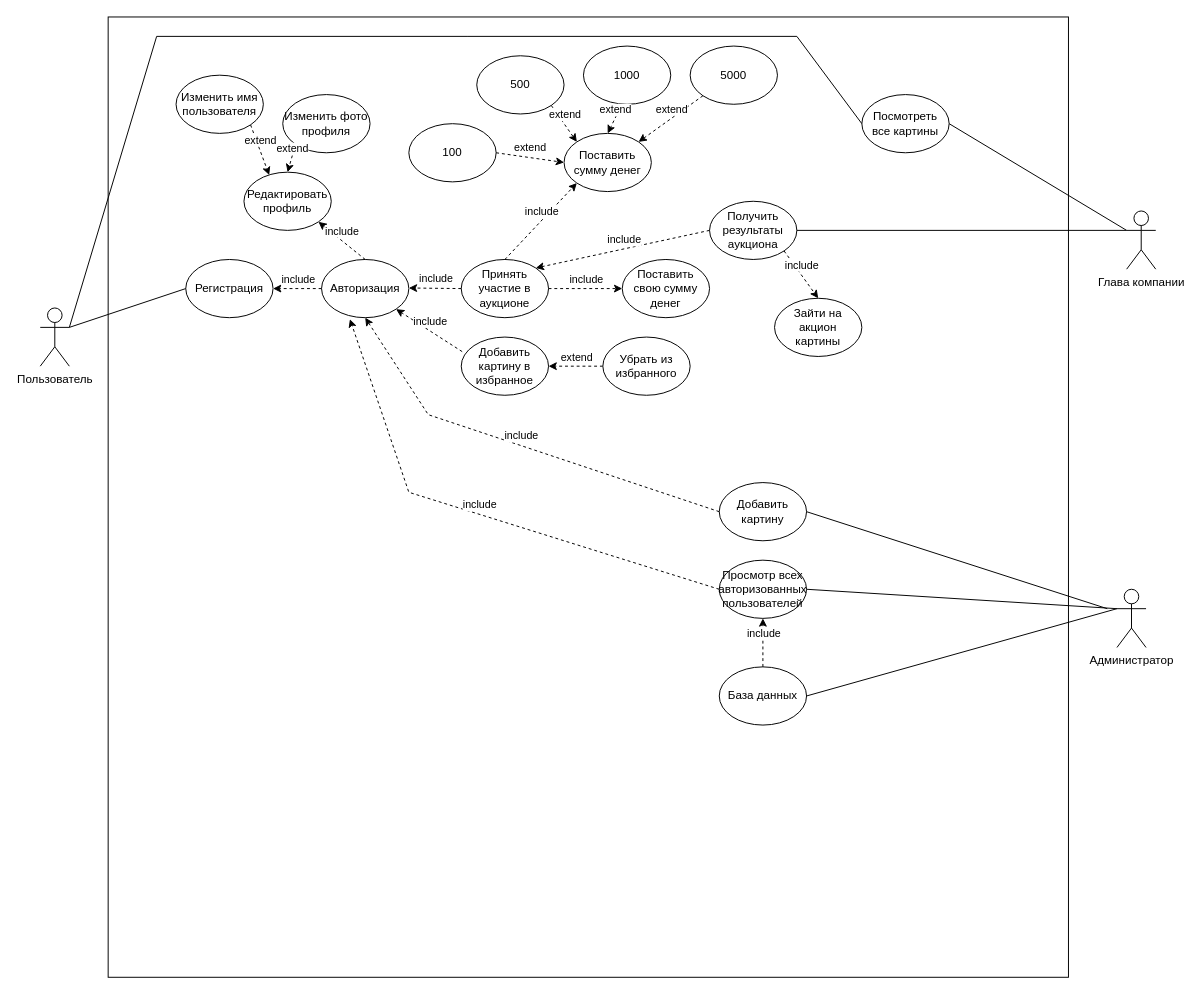
Before: UML/Диаграмма_использования_Картина.drawio in L0nelys016/auction-Kartina, a draw.io diagram. Source tidied: cells renumbered, new cells numbered last; positions are measured from the earlier drawing's top-left corner, leaving out a move shared by most shapes. Both pictures are drawn from the tidied source at 97%, with x=0, y=0 at pixel (40, 16).
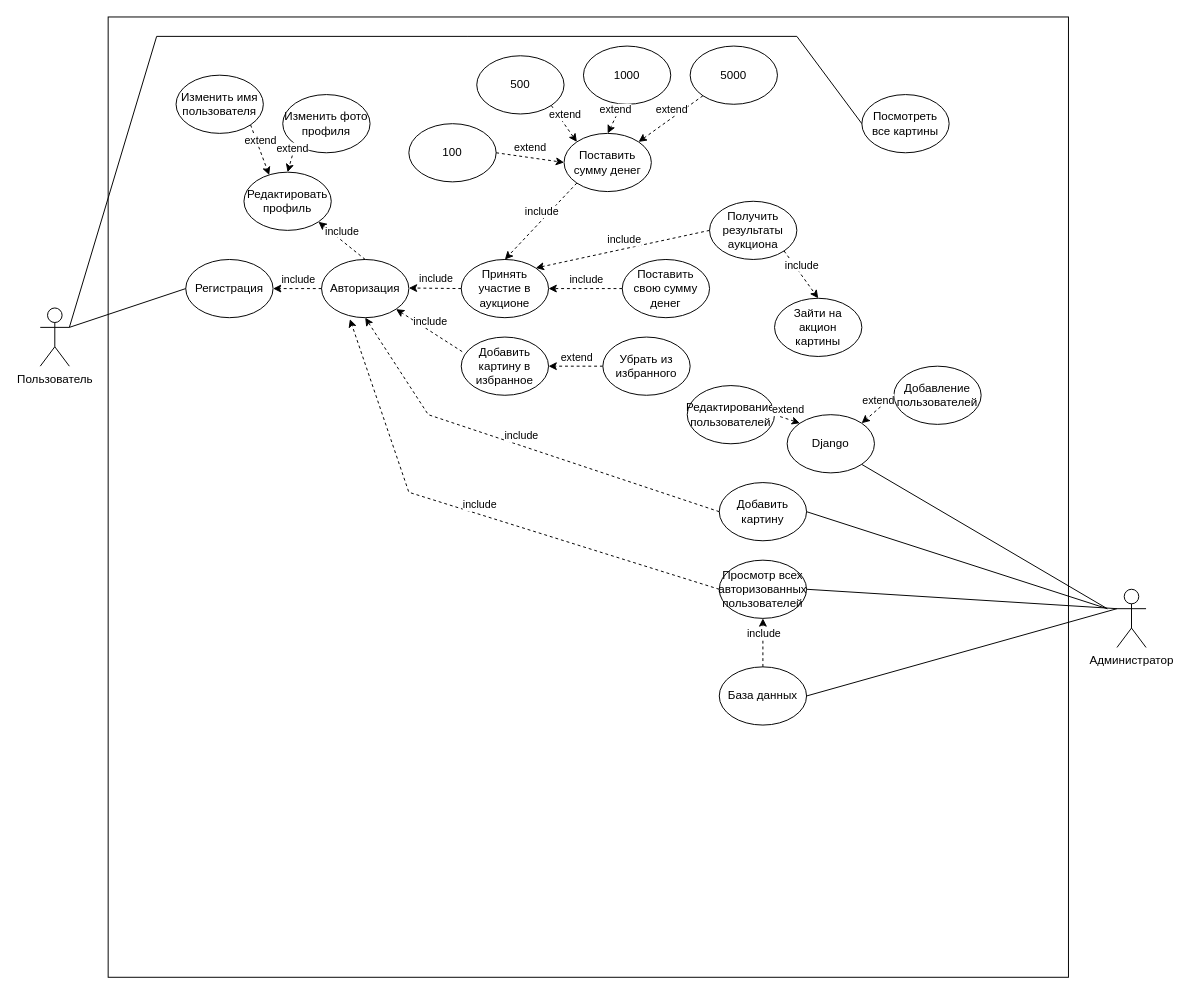
The same page after the edit.

Commit message (it also covers changes not shown here):
UML: Create diagrams sequences, communications

The change refers to these unchanged cells:
```xml
<mxCell id="11" value="Принять участие в аукционе" style="ellipse;whiteSpace=wrap;html=1;" parent="1" vertex="1">
  <mxGeometry x="434" y="250" width="90" height="60" as="geometry" />
</mxCell>
<mxCell id="16" value="Поставить сумму денег" style="ellipse;whiteSpace=wrap;html=1;" parent="1" vertex="1">
  <mxGeometry x="540" y="120" width="90" height="60" as="geometry" />
</mxCell>
<mxCell id="29" value="Поставить свою сумму денег" style="ellipse;whiteSpace=wrap;html=1;" parent="1" vertex="1">
  <mxGeometry x="600" y="250" width="90" height="60" as="geometry" />
</mxCell>
<mxCell id="50" value="Посмотреть все картины" style="ellipse;whiteSpace=wrap;html=1;" parent="1" vertex="1">
  <mxGeometry x="847" y="80" width="90" height="60" as="geometry" />
</mxCell>
<mxCell id="61" value="Получить результаты аукциона" style="ellipse;whiteSpace=wrap;html=1;" parent="1" vertex="1">
  <mxGeometry x="690" y="190" width="90" height="60" as="geometry" />
</mxCell>
```

Change to the diagram source:
```diff
@@
-    <mxCell id="6" value="Глава компании" style="shape=umlActor;verticalLabelPosition=bottom;verticalAlign=top;html=1;outlineConnect=0;" parent="1" vertex="1">
-      <mxGeometry x="1120" y="200" width="30" height="60" as="geometry" />
-    </mxCell>
@@
-    <mxCell id="14" style="endArrow=classic;html=1;rounded=0;dashed=1;entryX=0;entryY=1;entryDx=0;entryDy=0;exitX=0.5;exitY=0;exitDx=0;exitDy=0;" parent="1" edge="1" source="11" target="16">
+    <mxCell id="14" style="endArrow=classic;html=1;rounded=0;dashed=1;entryX=0.5;entryY=0;entryDx=0;entryDy=0;exitX=0;exitY=1;exitDx=0;exitDy=0;" parent="1" edge="1" source="16" target="11">
       <mxGeometry relative="1" as="geometry" />
     </mxCell>
@@
-    <mxCell id="30" style="endArrow=classic;html=1;rounded=0;dashed=1;entryX=0;entryY=0.5;entryDx=0;entryDy=0;exitX=1;exitY=0.5;exitDx=0;exitDy=0;" parent="1" edge="1" source="11" target="29">
+    <mxCell id="30" style="endArrow=classic;html=1;rounded=0;dashed=1;entryX=1;entryY=0.5;entryDx=0;entryDy=0;exitX=0;exitY=0.5;exitDx=0;exitDy=0;" parent="1" edge="1" source="29" target="11">
       <mxGeometry relative="1" as="geometry" />
     </mxCell>
@@
-    <mxCell id="51" style="endArrow=none;html=1;rounded=0;exitX=1;exitY=0.5;exitDx=0;exitDy=0;entryX=0;entryY=0.3333333333333333;entryDx=0;entryDy=0;entryPerimeter=0;" parent="1" edge="1" source="50" target="6">
-      <mxGeometry relative="1" as="geometry" />
-    </mxCell>
@@
-    <mxCell id="62" style="endArrow=none;html=1;rounded=0;exitX=1;exitY=0.5;exitDx=0;exitDy=0;" parent="1" edge="1" source="61">
-      <mxGeometry relative="1" as="geometry">
-        <mxPoint x="1120" y="220" as="targetPoint" />
-      </mxGeometry>
-    </mxCell>
@@
+    <mxCell id="69" value="Django " style="ellipse;whiteSpace=wrap;html=1;" parent="1" vertex="1">
+      <mxGeometry x="770" y="410" width="90" height="60" as="geometry" />
+    </mxCell>
+    <mxCell id="70" style="endArrow=none;html=1;rounded=0;exitX=1;exitY=1;exitDx=0;exitDy=0;" parent="1" edge="1" source="69">
+      <mxGeometry relative="1" as="geometry">
+        <mxPoint x="1100" y="610" as="targetPoint" />
+      </mxGeometry>
+    </mxCell>
+    <mxCell id="71" value="Добавление пользователей" style="ellipse;whiteSpace=wrap;html=1;" parent="1" vertex="1">
+      <mxGeometry x="880" y="360" width="90" height="60" as="geometry" />
+    </mxCell>
+    <mxCell id="72" style="endArrow=classic;html=1;rounded=0;dashed=1;entryX=1;entryY=0;entryDx=0;entryDy=0;exitX=0;exitY=0.5;exitDx=0;exitDy=0;" parent="1" edge="1" source="71" target="69">
+      <mxGeometry relative="1" as="geometry" />
+    </mxCell>
+    <mxCell id="73" value="extend" style="edgeLabel;html=1;align=center;verticalAlign=middle;" parent="72" vertex="1">
+      <mxGeometry x="-0.01" relative="1" as="geometry">
+        <mxPoint y="-10" as="offset" />
+      </mxGeometry>
+    </mxCell>
+    <mxCell id="74" value="Редактирование пользователей" style="ellipse;whiteSpace=wrap;html=1;" parent="1" vertex="1">
+      <mxGeometry x="667" y="380" width="90" height="60" as="geometry" />
+    </mxCell>
+    <mxCell id="75" style="endArrow=classic;html=1;rounded=0;dashed=1;entryX=0;entryY=0;entryDx=0;entryDy=0;exitX=1;exitY=0.5;exitDx=0;exitDy=0;" parent="1" edge="1" source="74" target="69">
+      <mxGeometry relative="1" as="geometry" />
+    </mxCell>
+    <mxCell id="76" value="extend" style="edgeLabel;html=1;align=center;verticalAlign=middle;" parent="75" vertex="1">
+      <mxGeometry x="-0.01" relative="1" as="geometry">
+        <mxPoint y="-10" as="offset" />
+      </mxGeometry>
+    </mxCell>
```
